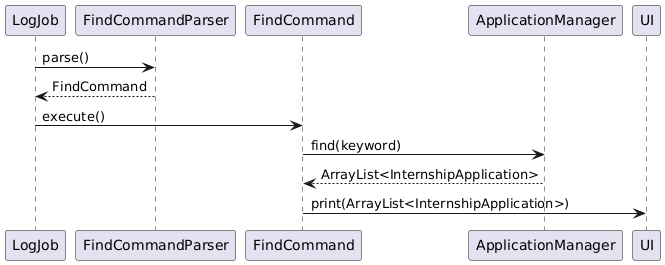
This is docs/diagrams/sequence-diagrams/find-sequence.png from irfandeen/tp, a PlantUML export, as it was before one commit.
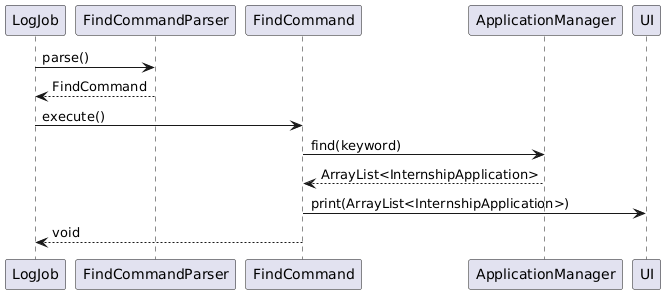
After the commit.

Commit message:
Add find sequence diagrams

Diff of the diagram source:
```diff
@@ -11,4 +11,5 @@
 FindCommand -> ApplicationManager: find(keyword)
 ApplicationManager --> FindCommand: ArrayList<InternshipApplication>
 FindCommand -> UI: print(ArrayList<InternshipApplication>)
+FindCommand --> LogJob: void
 @enduml
```
